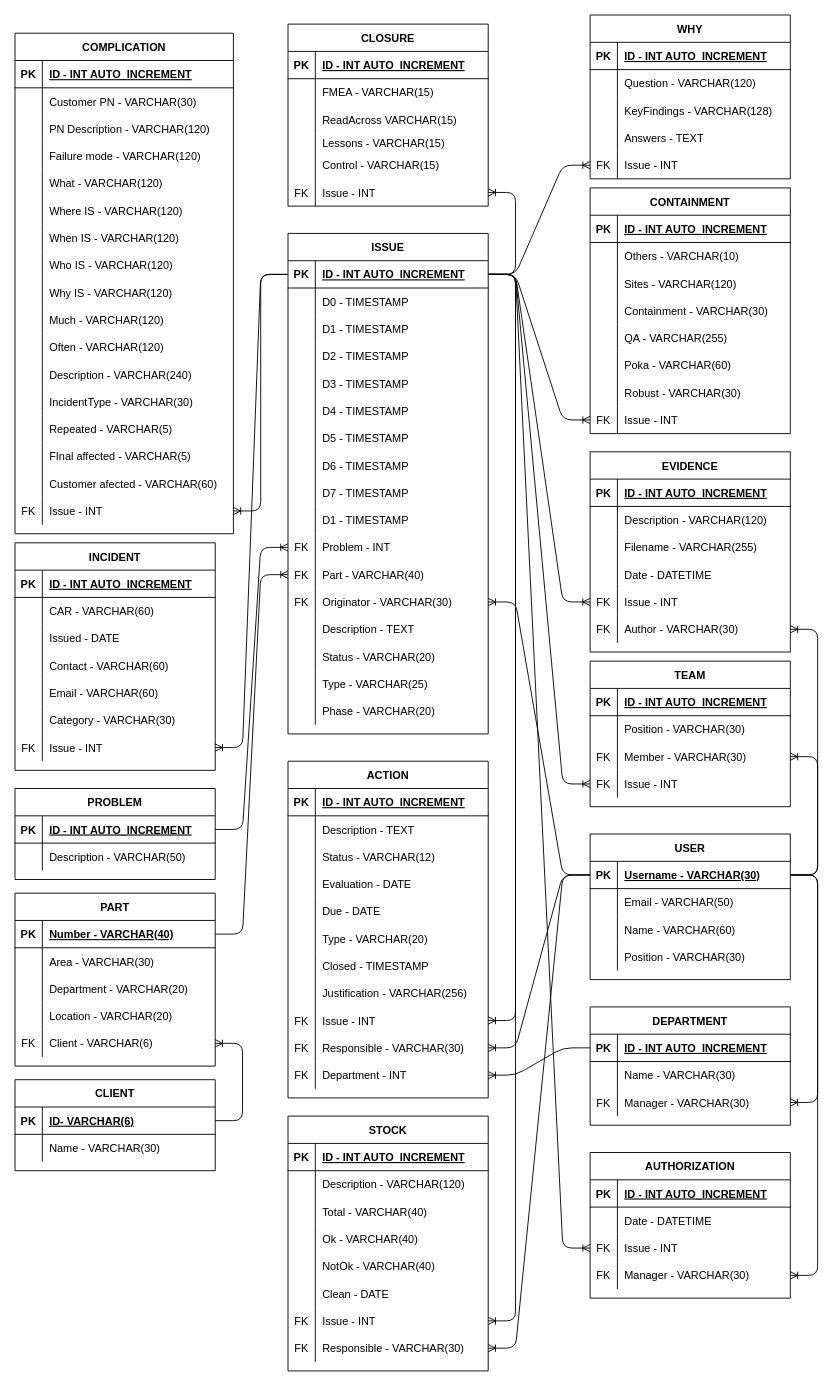
Earlier version of the draw.io diagram api/db/model/TableDiagram.drawio (FFahrenheit/ScrapActionListAPI). Source tidied: cells renumbered, new cells numbered last; positions are measured from the earlier drawing's top-left corner, leaving out a move shared by most shapes. Both pictures are drawn from the tidied source at 91%, with x=0, y=0 at pixel (15, 15).
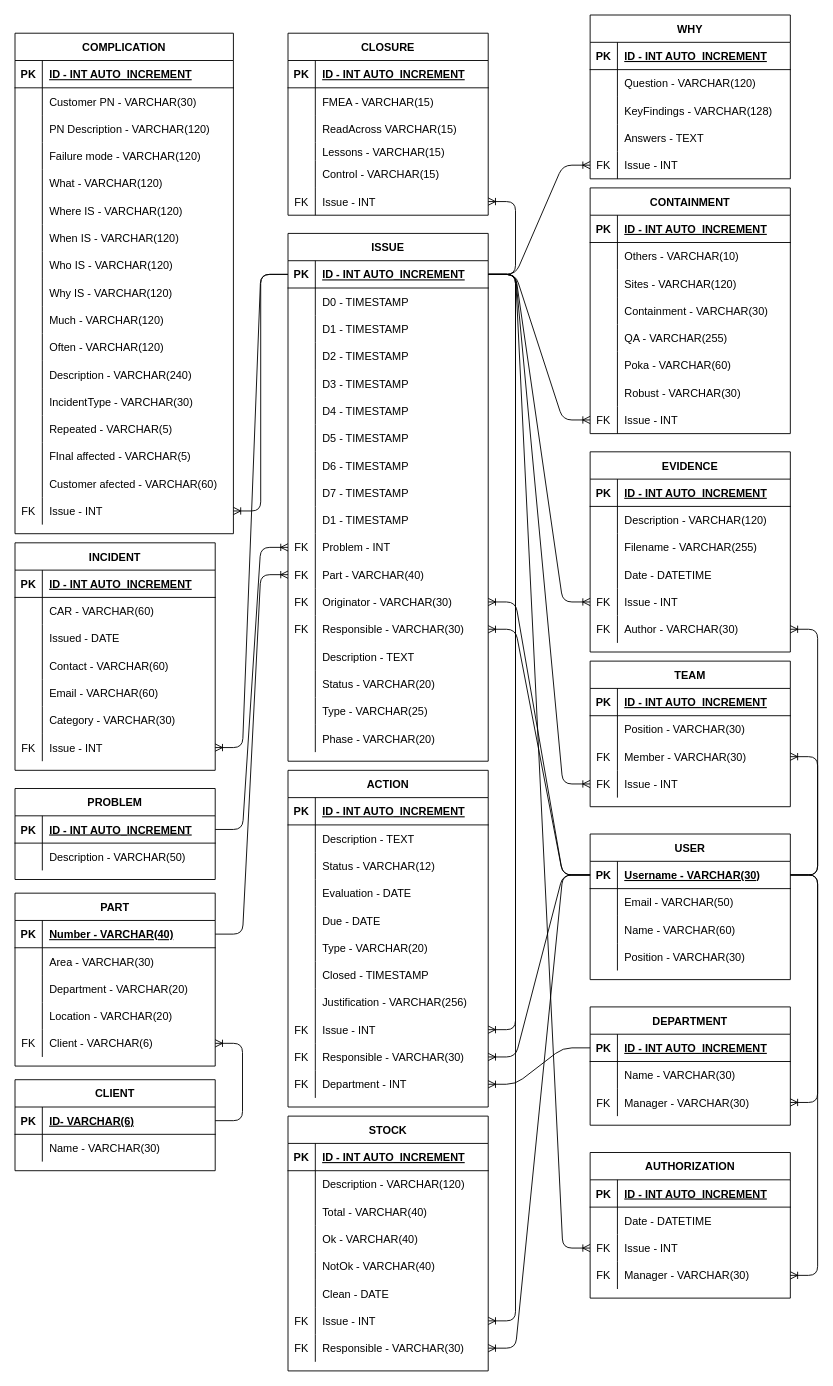
Above is the later version.

Unchanged cells that the change refers to:
```xml
<mxCell id="85" style="shape=partialRectangle;fillColor=none;top=0;left=0;bottom=1;right=0;points=[[0,0.5],[1,0.5]];portConstraint=eastwest;" parent="84" vertex="1">
  <mxGeometry y="30" width="220" height="30" as="geometry" />
</mxCell>
```

The edit, as a diff of the source:
```diff
@@
     <mxCell id="32" value="ISSUE" style="shape=table;startSize=30;childLayout=tableLayout;rowLines=0;fontStyle=1;align=center;" parent="1" vertex="1">
-      <mxGeometry x="300" y="240" width="220" height="550" as="geometry" />
+      <mxGeometry x="300" y="240" width="220" height="580" as="geometry" />
     </mxCell>
@@
+    <mxCell id="366" style="shape=tableRow;horizontal=0;startSize=0;swimlaneHead=0;swimlaneBody=0;fillColor=none;points=[[0,0.5],[1,0.5]];portConstraint=eastwest;top=0;left=0;right=0;bottom=0;" parent="32" vertex="1">
+      <mxGeometry y="420" width="220" height="30" as="geometry" />
+    </mxCell>
+    <mxCell id="367" value="FK" style="shape=partialRectangle;fillColor=none;top=0;left=0;bottom=0;right=0;fontStyle=0;overflow=hidden;" parent="366" vertex="1">
+      <mxGeometry width="30" height="30" as="geometry" />
+    </mxCell>
+    <mxCell id="368" value="Responsible - VARCHAR(30)" style="shape=partialRectangle;fillColor=none;top=0;left=0;bottom=0;right=0;align=left;spacingLeft=6;fontStyle=0;overflow=hidden;" parent="366" vertex="1">
+      <mxGeometry x="30" width="190" height="30" as="geometry" />
+    </mxCell>
     <mxCell id="72" style="shape=partialRectangle;fillColor=none;top=0;left=0;bottom=0;right=0;" parent="32" vertex="1">
-      <mxGeometry y="420" width="220" height="30" as="geometry" />
+      <mxGeometry y="450" width="220" height="30" as="geometry" />
     </mxCell>
@@
     <mxCell id="75" style="shape=partialRectangle;fillColor=none;top=0;left=0;bottom=0;right=0;" parent="32" vertex="1">
-      <mxGeometry y="450" width="220" height="30" as="geometry" />
+      <mxGeometry y="480" width="220" height="30" as="geometry" />
     </mxCell>
@@
     <mxCell id="78" style="shape=partialRectangle;fillColor=none;top=0;left=0;bottom=0;right=0;" parent="32" vertex="1">
-      <mxGeometry y="480" width="220" height="30" as="geometry" />
+      <mxGeometry y="510" width="220" height="30" as="geometry" />
     </mxCell>
@@
     <mxCell id="81" style="shape=partialRectangle;fillColor=none;top=0;left=0;bottom=0;right=0;strokeColor=#FF7D26;" parent="32" vertex="1">
-      <mxGeometry y="510" width="220" height="30" as="geometry" />
+      <mxGeometry y="540" width="220" height="30" as="geometry" />
     </mxCell>
@@
     <mxCell id="97" value="ACTION" style="shape=table;startSize=30;childLayout=tableLayout;rowLines=0;fontStyle=1;align=center;" parent="1" vertex="1">
-      <mxGeometry x="300" y="820" width="220" height="370" as="geometry" />
+      <mxGeometry x="300" y="830" width="220" height="370" as="geometry" />
     </mxCell>
@@
     <mxCell id="331" value="CLOSURE" style="shape=table;startSize=30;childLayout=tableLayout;rowLines=0;fontStyle=1;align=center;" parent="1" vertex="1">
-      <mxGeometry x="300" y="10" width="220" height="200" as="geometry" />
+      <mxGeometry x="300" y="20" width="220" height="200" as="geometry" />
     </mxCell>
@@
+    <mxCell id="369" style="edgeStyle=entityRelationEdgeStyle;fontSize=12;html=1;endArrow=ERoneToMany;shadow=0;entryX=1;entryY=0.5;entryDx=0;entryDy=0;exitX=0;exitY=0.5;exitDx=0;exitDy=0;" parent="1" edge="1" source="85" target="366">
+      <mxGeometry relative="1" as="geometry" />
+    </mxCell>
```
